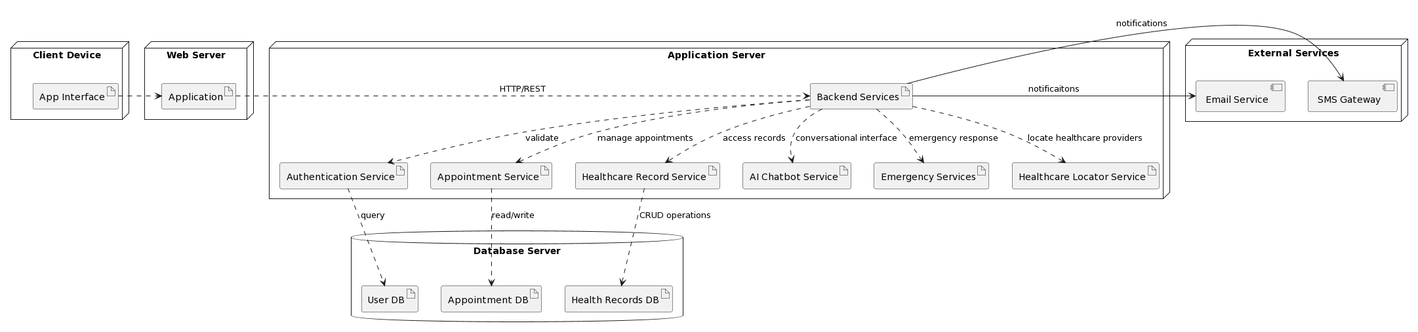
Above: 6-DeploymentView/deploymentView.png in sarthakvijayvergiya/uu-adv-sof-des-1DL242 (PlantUML), before the change.
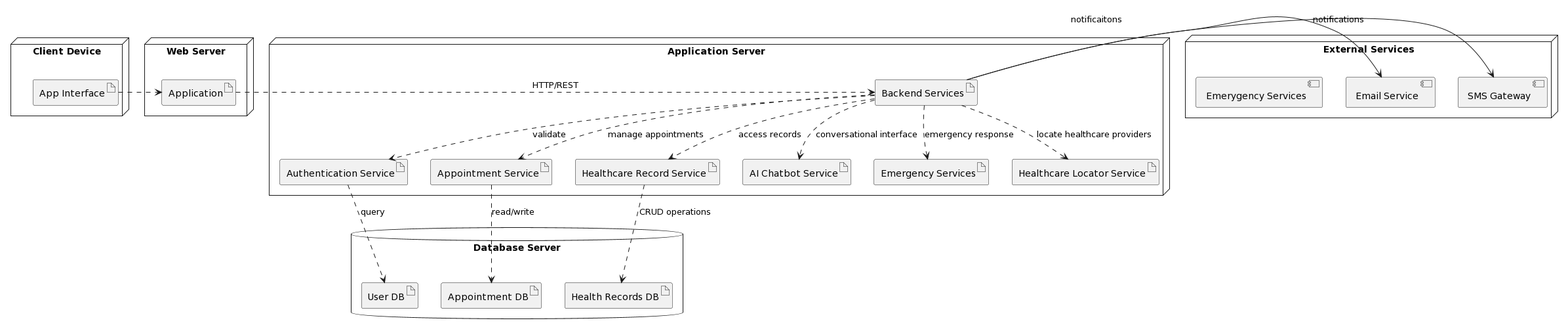
After the commit.

Commit message:
Update deployment diagram

The edit, as a diff of the source:
```diff
@@ -26,6 +26,7 @@
 node "External Services" {
     [SMS Gateway] as SMS
     [Email Service] as Email
+    [Emerygency Services] as Emergency
 }
 
 UI .right.> App
```
